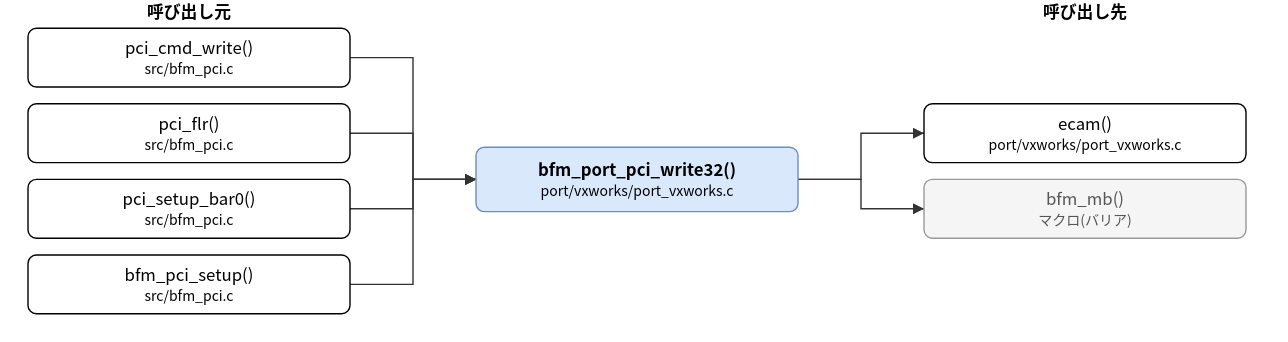
Earlier version of the draw.io export doc/spec/images/call_port_vxworks_port_vxworks-bfm_port_pci_write32.drawio.svg (hf355051012-ai/bfmem). Source tidied: cells renumbered, new cells last; positions are measured from the earlier drawing's top-left corner, leaving out a move shared by most shapes.
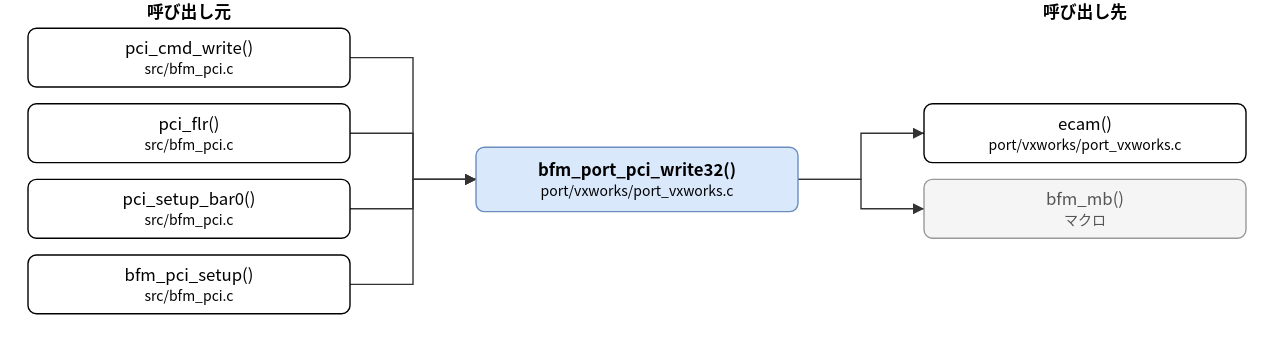
Above is the later version.

The edit, as a diff of the source:
```diff
@@ -20,7 +20,7 @@
     <mxCell id="7" value="ecam()&lt;br&gt;&lt;font style=&quot;font-size:10px&quot;&gt;port/vxworks/port_vxworks.c&lt;/font&gt;" style="rounded=1;whiteSpace=wrap;html=1;" parent="1" vertex="1">
       <mxGeometry x="640" y="74" width="230" height="42" as="geometry" />
     </mxCell>
-    <mxCell id="8" value="bfm_mb()&lt;br&gt;&lt;font style=&quot;font-size:10px&quot;&gt;マクロ(バリア)&lt;/font&gt;" style="rounded=1;whiteSpace=wrap;html=1;fillColor=#f5f5f5;strokeColor=#999999;fontColor=#555555;" parent="1" vertex="1">
+    <mxCell id="8" value="bfm_mb()&lt;br&gt;&lt;font style=&quot;font-size:10px&quot;&gt;マクロ&lt;/font&gt;" style="rounded=1;whiteSpace=wrap;html=1;fillColor=#f5f5f5;strokeColor=#999999;fontColor=#555555;" parent="1" vertex="1">
       <mxGeometry x="640" y="128" width="230" height="42" as="geometry" />
     </mxCell>
     <mxCell id="9" style="edgeStyle=none;html=1;rounded=0;endArrow=block;endFill=1;exitX=1.0000;exitY=0.5000;exitDx=0;exitDy=0;exitPerimeter=0;entryX=0.0000;entryY=0.5000;entryDx=0;entryDy=0;entryPerimeter=0;" parent="1" edge="1" source="3" target="2">
```
